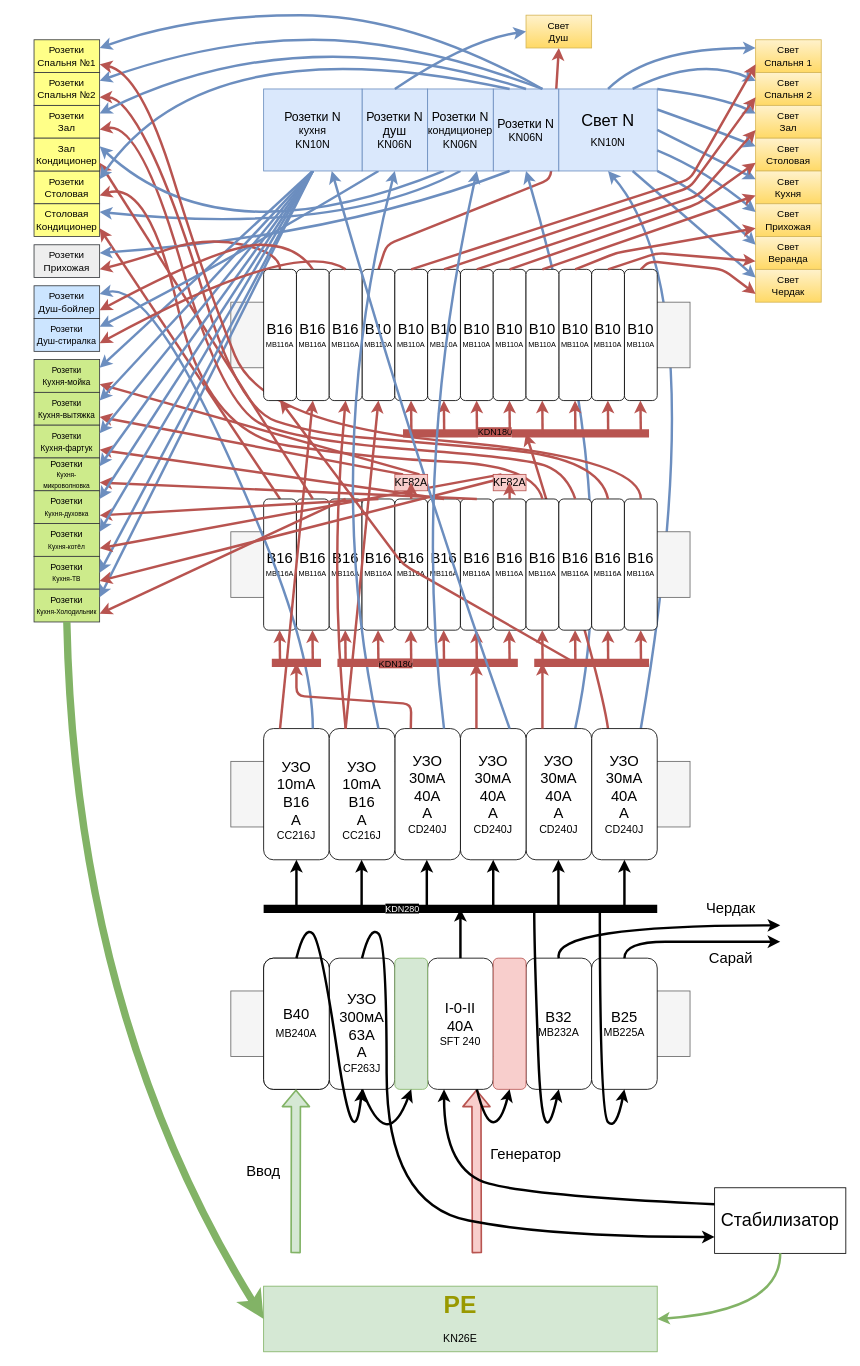
The draw.io diagram shit-v2.drawio in Tur-4000/electro22, before the edit. Source tidied: cells renumbered, new cells numbered last; positions are measured from the earlier drawing's top-left corner, leaving out a move shared by most shapes. Both pictures are drawn from the tidied source at 82%, with x=0, y=0 at pixel (34, 15).
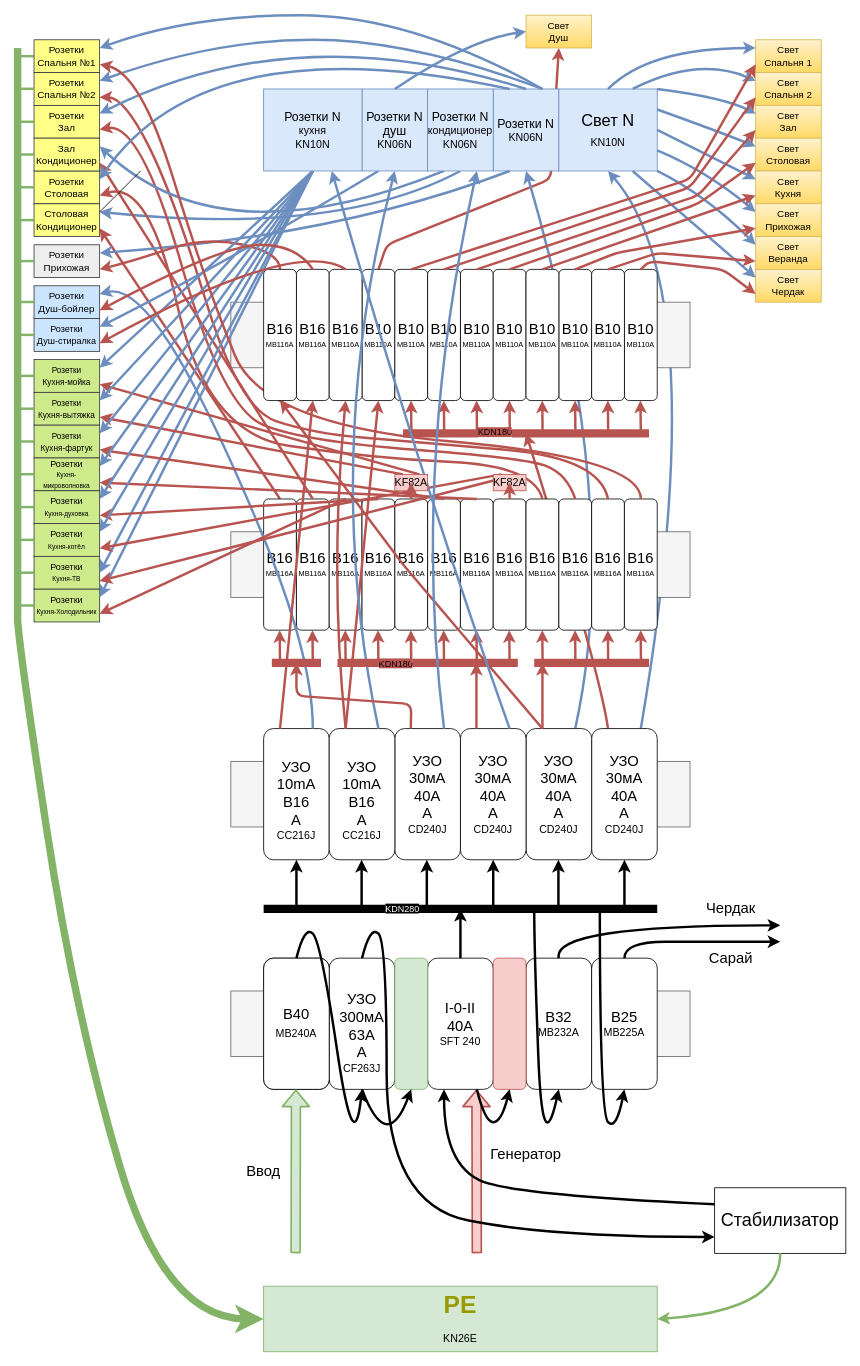
After the change.

Unchanged cells that the change refers to:
```xml
<mxCell id="39" value="&lt;font color=&quot;#999900&quot;&gt;&lt;b&gt;&lt;font style=&quot;font-size: 30px&quot;&gt;PE &lt;/font&gt;&lt;/b&gt;&lt;/font&gt;&lt;br&gt;&lt;div&gt;&lt;font color=&quot;#999900&quot;&gt;&lt;b&gt;&lt;font style=&quot;font-size: 30px&quot;&gt;&lt;span style=&quot;font-size: 13px ; color: #000000 ; font-weight: normal ; text-decoration: none ; font-family: &amp;#34;arial&amp;#34; ; font-style: normal&quot;&gt;KN26E&lt;/span&gt;&lt;/font&gt;&lt;/b&gt;&lt;/font&gt;&lt;/div&gt;" style="rounded=0;whiteSpace=wrap;html=1;fillColor=#d5e8d4;strokeColor=#82b366;" parent="1" vertex="1">
  <mxGeometry x="280" y="1550" width="480" height="80" as="geometry" />
</mxCell>
<mxCell id="45" value="&lt;div&gt;Розетки&lt;/div&gt;&lt;div&gt;Спальня №1&lt;br&gt;&lt;/div&gt;" style="rounded=0;whiteSpace=wrap;html=1;fillColor=#ffff88;strokeColor=#36393d;" parent="1" vertex="1">
  <mxGeometry y="30" width="80" height="40" as="geometry" />
</mxCell>
<mxCell id="46" value="&lt;div&gt;Розетки&lt;/div&gt;&lt;div&gt;Зал&lt;br&gt;&lt;/div&gt;" style="rounded=0;whiteSpace=wrap;html=1;fillColor=#ffff88;strokeColor=#36393d;" parent="1" vertex="1">
  <mxGeometry y="110" width="80" height="40" as="geometry" />
</mxCell>
<mxCell id="59" value="&lt;div style=&quot;font-size: 11px&quot;&gt;&lt;font style=&quot;font-size: 11px&quot;&gt;Розетки&lt;/font&gt;&lt;/div&gt;&lt;div style=&quot;font-size: 11px&quot;&gt;&lt;font style=&quot;font-size: 11px&quot;&gt;&lt;font style=&quot;font-size: 8px&quot;&gt;Кухня-Холодильник&lt;/font&gt;&lt;br&gt;&lt;/font&gt;&lt;/div&gt;" style="rounded=0;whiteSpace=wrap;html=1;fillColor=#cdeb8b;strokeColor=#36393d;" parent="1" vertex="1">
  <mxGeometry y="700" width="80" height="40" as="geometry" />
</mxCell>
<mxCell id="69" value="&lt;div style=&quot;font-size: 18px&quot;&gt;&lt;font style=&quot;font-size: 18px&quot;&gt;&lt;span style=&quot;color: rgb(0 , 0 , 0) ; font-weight: normal ; text-decoration: none ; font-family: &amp;#34;arial&amp;#34; ; font-style: normal&quot;&gt;УЗО&lt;/span&gt;&lt;/font&gt;&lt;/div&gt;&lt;div style=&quot;font-size: 18px&quot;&gt;&lt;font style=&quot;font-size: 18px&quot;&gt;&lt;span style=&quot;color: rgb(0 , 0 , 0) ; font-weight: normal ; text-decoration: none ; font-family: &amp;#34;arial&amp;#34; ; font-style: normal&quot;&gt;30мА&lt;/span&gt;&lt;/font&gt;&lt;/div&gt;&lt;div style=&quot;font-size: 18px&quot;&gt;&lt;font style=&quot;font-size: 18px&quot;&gt;&lt;span style=&quot;color: rgb(0 , 0 , 0) ; font-weight: normal ; text-decoration: none ; font-family: &amp;#34;arial&amp;#34; ; font-style: normal&quot;&gt;40А&lt;/span&gt;&lt;/font&gt;&lt;/div&gt;&lt;div style=&quot;font-size: 18px&quot;&gt;&lt;span style=&quot;color: rgb(0 , 0 , 0) ; font-weight: normal ; text-decoration: none ; font-family: &amp;#34;arial&amp;#34; ; font-style: normal&quot;&gt;&lt;font style=&quot;font-size: 18px&quot;&gt;А&lt;/font&gt;&lt;br&gt;&lt;/span&gt;&lt;/div&gt;&lt;div&gt;&lt;span style=&quot;font-size: 13px ; color: #000000 ; font-weight: normal ; text-decoration: none ; font-family: &amp;#34;arial&amp;#34; ; font-style: normal&quot;&gt;CD240J&lt;/span&gt;&lt;/div&gt;" style="rounded=1;whiteSpace=wrap;html=1;" parent="1" vertex="1">
  <mxGeometry x="600" y="870" width="80" height="160" as="geometry" />
</mxCell>
<mxCell id="171" value="&lt;div&gt;&lt;span style=&quot;font-size: 13px ; color: #000000 ; font-weight: normal ; text-decoration: none ; font-family: &amp;#34;arial&amp;#34; ; font-style: normal&quot;&gt;&lt;font style=&quot;font-size: 18px&quot;&gt;B16&lt;/font&gt;&lt;br&gt;&lt;/span&gt;&lt;/div&gt;&lt;div&gt;&lt;font size=&quot;1&quot;&gt;&lt;span style=&quot;font-size: 9px ; color: rgb(0 , 0 , 0) ; font-weight: normal ; text-decoration: none ; font-family: &amp;#34;arial&amp;#34; ; font-style: normal&quot;&gt;MB116A&lt;/span&gt;&lt;/font&gt;&lt;/div&gt;" style="rounded=1;whiteSpace=wrap;html=1;" parent="1" vertex="1">
  <mxGeometry x="280" y="310" width="40" height="160" as="geometry" />
</mxCell>
```

Change to the diagram source:
```diff
@@
+    <mxCell id="198" style="edgeStyle=orthogonalEdgeStyle;rounded=0;jettySize=auto;html=1;exitX=0;exitY=0.5;exitDx=0;exitDy=0;startArrow=none;startFill=0;endArrow=none;endFill=0;gradientColor=#97d077;fillColor=#d5e8d4;strokeColor=#82b366;strokeWidth=3;" parent="1" edge="1" source="45">
+      <mxGeometry relative="1" as="geometry">
+        <mxPoint x="-20" y="50.1" as="targetPoint" />
+      </mxGeometry>
+    </mxCell>
@@
-    <mxCell id="62" style="curved=1;endArrow=classic;html=1;strokeWidth=9;exitX=0.5;exitY=1;exitDx=0;exitDy=0;entryX=0;entryY=0.5;entryDx=0;entryDy=0;fillColor=#d5e8d4;strokeColor=#82b366;" parent="1" edge="1" source="59" target="39">
+    <mxCell id="62" style="curved=1;endArrow=classic;html=1;strokeWidth=9;entryX=0;entryY=0.5;entryDx=0;entryDy=0;fillColor=#d5e8d4;strokeColor=#82b366;" parent="1" edge="1" target="39">
       <mxGeometry relative="1" as="geometry">
+        <mxPoint x="-20" y="40" as="sourcePoint" />
         <Array as="points">
+          <mxPoint x="-20" y="710" />
+          <mxPoint x="-20" y="760" />
           <mxPoint x="50" y="1220" />
+          <mxPoint x="160" y="1590" />
         </Array>
       </mxGeometry>
     </mxCell>
@@
-    <mxCell id="181" style="endArrow=classic;html=1;strokeWidth=3;fillColor=#f8cecc;strokeColor=#b85450;entryX=0.5;entryY=1;entryDx=0;entryDy=0;" parent="1" edge="1" target="171">
+    <mxCell id="181" style="endArrow=classic;html=1;strokeWidth=3;fillColor=#f8cecc;strokeColor=#b85450;entryX=0.5;entryY=1;entryDx=0;entryDy=0;exitX=0.25;exitY=0;exitDx=0;exitDy=0;" parent="1" edge="1" source="69" target="171">
       <mxGeometry relative="1" as="geometry">
-        <mxPoint x="660" y="790" as="sourcePoint" />
         <Array as="points">
           <mxPoint x="450" y="670" />
         </Array>
       </mxGeometry>
     </mxCell>
@@
+    <mxCell id="199" style="endArrow=none;html=1;" parent="1" edge="1">
+      <mxGeometry relative="1" as="geometry">
+        <mxPoint x="80" y="240" as="sourcePoint" />
+        <mxPoint x="130" y="190" as="targetPoint" />
+      </mxGeometry>
+    </mxCell>
+    <mxCell id="200" style="edgeStyle=orthogonalEdgeStyle;rounded=0;orthogonalLoop=1;jettySize=auto;html=1;exitX=0;exitY=0.5;exitDx=0;exitDy=0;startArrow=none;startFill=0;endArrow=none;endFill=0;gradientColor=#97d077;fillColor=#d5e8d4;strokeColor=#82b366;strokeWidth=3;" parent="1" edge="1">
+      <mxGeometry relative="1" as="geometry">
+        <mxPoint y="89.8" as="sourcePoint" />
+        <mxPoint x="-20" y="89.9" as="targetPoint" />
+      </mxGeometry>
+    </mxCell>
+    <mxCell id="201" style="edgeStyle=orthogonalEdgeStyle;rounded=0;jettySize=auto;html=1;exitX=0;exitY=0.5;exitDx=0;exitDy=0;startArrow=none;startFill=0;endArrow=none;endFill=0;gradientColor=#97d077;fillColor=#d5e8d4;strokeColor=#82b366;strokeWidth=3;" parent="1" edge="1" source="46">
+      <mxGeometry relative="1" as="geometry">
+        <mxPoint x="-20" y="130" as="targetPoint" />
+      </mxGeometry>
+    </mxCell>
+    <mxCell id="202" style="edgeStyle=orthogonalEdgeStyle;rounded=0;orthogonalLoop=1;jettySize=auto;html=1;exitX=0;exitY=0.5;exitDx=0;exitDy=0;startArrow=none;startFill=0;endArrow=none;endFill=0;gradientColor=#97d077;fillColor=#d5e8d4;strokeColor=#82b366;strokeWidth=3;" parent="1" edge="1">
+      <mxGeometry relative="1" as="geometry">
+        <mxPoint y="169.9" as="sourcePoint" />
+        <mxPoint x="-20" y="170" as="targetPoint" />
+      </mxGeometry>
+    </mxCell>
+    <mxCell id="203" style="edgeStyle=orthogonalEdgeStyle;rounded=0;orthogonalLoop=1;jettySize=auto;html=1;exitX=0;exitY=0.5;exitDx=0;exitDy=0;startArrow=none;startFill=0;endArrow=none;endFill=0;gradientColor=#97d077;fillColor=#d5e8d4;strokeColor=#82b366;strokeWidth=3;" parent="1" edge="1">
+      <mxGeometry relative="1" as="geometry">
+        <mxPoint y="209.9" as="sourcePoint" />
+        <mxPoint x="-20" y="210" as="targetPoint" />
+      </mxGeometry>
+    </mxCell>
+    <mxCell id="204" style="edgeStyle=orthogonalEdgeStyle;rounded=0;orthogonalLoop=1;jettySize=auto;html=1;exitX=0;exitY=0.5;exitDx=0;exitDy=0;startArrow=none;startFill=0;endArrow=none;endFill=0;gradientColor=#97d077;fillColor=#d5e8d4;strokeColor=#82b366;strokeWidth=3;" parent="1" edge="1">
+      <mxGeometry relative="1" as="geometry">
+        <mxPoint y="389.9" as="sourcePoint" />
+        <mxPoint x="-20" y="390" as="targetPoint" />
+      </mxGeometry>
+    </mxCell>
+    <mxCell id="205" style="edgeStyle=orthogonalEdgeStyle;rounded=0;orthogonalLoop=1;jettySize=auto;html=1;exitX=0;exitY=0.5;exitDx=0;exitDy=0;startArrow=none;startFill=0;endArrow=none;endFill=0;gradientColor=#97d077;fillColor=#d5e8d4;strokeColor=#82b366;strokeWidth=3;" parent="1" edge="1">
+      <mxGeometry relative="1" as="geometry">
+        <mxPoint y="299.9" as="sourcePoint" />
+        <mxPoint x="-20" y="300" as="targetPoint" />
+      </mxGeometry>
+    </mxCell>
+    <mxCell id="206" style="edgeStyle=orthogonalEdgeStyle;rounded=0;orthogonalLoop=1;jettySize=auto;html=1;exitX=0;exitY=0.5;exitDx=0;exitDy=0;startArrow=none;startFill=0;endArrow=none;endFill=0;gradientColor=#97d077;fillColor=#d5e8d4;strokeColor=#82b366;strokeWidth=3;" parent="1" edge="1">
+      <mxGeometry relative="1" as="geometry">
+        <mxPoint y="439.9" as="sourcePoint" />
+        <mxPoint x="-20" y="440" as="targetPoint" />
+      </mxGeometry>
+    </mxCell>
+    <mxCell id="207" style="edgeStyle=orthogonalEdgeStyle;rounded=0;orthogonalLoop=1;jettySize=auto;html=1;exitX=0;exitY=0.5;exitDx=0;exitDy=0;startArrow=none;startFill=0;endArrow=none;endFill=0;gradientColor=#97d077;fillColor=#d5e8d4;strokeColor=#82b366;strokeWidth=3;" parent="1" edge="1">
+      <mxGeometry relative="1" as="geometry">
+        <mxPoint y="349.8" as="sourcePoint" />
+        <mxPoint x="-20" y="349.9" as="targetPoint" />
+      </mxGeometry>
+    </mxCell>
+    <mxCell id="208" style="edgeStyle=orthogonalEdgeStyle;rounded=0;orthogonalLoop=1;jettySize=auto;html=1;exitX=0;exitY=0.5;exitDx=0;exitDy=0;startArrow=none;startFill=0;endArrow=none;endFill=0;gradientColor=#97d077;fillColor=#d5e8d4;strokeColor=#82b366;strokeWidth=3;" parent="1" edge="1">
+      <mxGeometry relative="1" as="geometry">
+        <mxPoint y="249.9" as="sourcePoint" />
+        <mxPoint x="-20" y="250" as="targetPoint" />
+      </mxGeometry>
+    </mxCell>
+    <mxCell id="209" style="edgeStyle=orthogonalEdgeStyle;rounded=0;orthogonalLoop=1;jettySize=auto;html=1;exitX=0;exitY=0.5;exitDx=0;exitDy=0;startArrow=none;startFill=0;endArrow=none;endFill=0;gradientColor=#97d077;fillColor=#d5e8d4;strokeColor=#82b366;strokeWidth=3;" parent="1" edge="1">
+      <mxGeometry relative="1" as="geometry">
+        <mxPoint y="479.9" as="sourcePoint" />
+        <mxPoint x="-20" y="480" as="targetPoint" />
+      </mxGeometry>
+    </mxCell>
+    <mxCell id="210" style="edgeStyle=orthogonalEdgeStyle;rounded=0;orthogonalLoop=1;jettySize=auto;html=1;exitX=0;exitY=0.5;exitDx=0;exitDy=0;startArrow=none;startFill=0;endArrow=none;endFill=0;gradientColor=#97d077;fillColor=#d5e8d4;strokeColor=#82b366;strokeWidth=3;" parent="1" edge="1">
+      <mxGeometry relative="1" as="geometry">
+        <mxPoint y="519.9" as="sourcePoint" />
+        <mxPoint x="-20" y="520" as="targetPoint" />
+      </mxGeometry>
+    </mxCell>
+    <mxCell id="211" style="edgeStyle=orthogonalEdgeStyle;rounded=0;orthogonalLoop=1;jettySize=auto;html=1;exitX=0;exitY=0.5;exitDx=0;exitDy=0;startArrow=none;startFill=0;endArrow=none;endFill=0;gradientColor=#97d077;fillColor=#d5e8d4;strokeColor=#82b366;strokeWidth=3;" parent="1" edge="1">
+      <mxGeometry relative="1" as="geometry">
+        <mxPoint y="559.8" as="sourcePoint" />
+        <mxPoint x="-20" y="559.9" as="targetPoint" />
+      </mxGeometry>
+    </mxCell>
+    <mxCell id="212" style="edgeStyle=orthogonalEdgeStyle;rounded=0;orthogonalLoop=1;jettySize=auto;html=1;exitX=0;exitY=0.5;exitDx=0;exitDy=0;startArrow=none;startFill=0;endArrow=none;endFill=0;gradientColor=#97d077;fillColor=#d5e8d4;strokeColor=#82b366;strokeWidth=3;" parent="1" edge="1">
+      <mxGeometry relative="1" as="geometry">
+        <mxPoint y="599.9" as="sourcePoint" />
+        <mxPoint x="-20" y="600" as="targetPoint" />
+      </mxGeometry>
+    </mxCell>
+    <mxCell id="213" style="edgeStyle=orthogonalEdgeStyle;rounded=0;orthogonalLoop=1;jettySize=auto;html=1;exitX=0;exitY=0.5;exitDx=0;exitDy=0;startArrow=none;startFill=0;endArrow=none;endFill=0;gradientColor=#97d077;fillColor=#d5e8d4;strokeColor=#82b366;strokeWidth=3;" parent="1" edge="1">
+      <mxGeometry relative="1" as="geometry">
+        <mxPoint y="639.9" as="sourcePoint" />
+        <mxPoint x="-20" y="640" as="targetPoint" />
+      </mxGeometry>
+    </mxCell>
+    <mxCell id="214" style="edgeStyle=orthogonalEdgeStyle;rounded=0;orthogonalLoop=1;jettySize=auto;html=1;exitX=0;exitY=0.5;exitDx=0;exitDy=0;startArrow=none;startFill=0;endArrow=none;endFill=0;gradientColor=#97d077;fillColor=#d5e8d4;strokeColor=#82b366;strokeWidth=3;" parent="1" edge="1">
+      <mxGeometry relative="1" as="geometry">
+        <mxPoint y="679.9" as="sourcePoint" />
+        <mxPoint x="-20" y="680" as="targetPoint" />
+      </mxGeometry>
+    </mxCell>
+    <mxCell id="215" style="edgeStyle=orthogonalEdgeStyle;rounded=0;orthogonalLoop=1;jettySize=auto;html=1;exitX=0;exitY=0.5;exitDx=0;exitDy=0;startArrow=none;startFill=0;endArrow=none;endFill=0;gradientColor=#97d077;fillColor=#d5e8d4;strokeColor=#82b366;strokeWidth=3;" parent="1" edge="1">
+      <mxGeometry relative="1" as="geometry">
+        <mxPoint y="719.9" as="sourcePoint" />
+        <mxPoint x="-20" y="720" as="targetPoint" />
+      </mxGeometry>
+    </mxCell>
```
